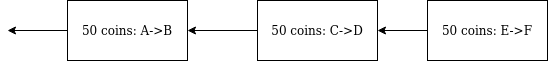
The draw.io diagram docs/chain_example.png in PaulsBecks/ConsensusLessBlockchain, before a commit. Source tidied: cells renumbered, new cells last; positions are measured from the earlier drawing's top-left corner, leaving out a move shared by most shapes. Its diagram source:
```xml
<mxGraphModel>
  <root>
    <mxCell id="0" />
    <mxCell id="1" parent="0" />
    <mxCell id="2" style="edgeStyle=orthogonalEdgeStyle;rounded=0;jettySize=auto;html=1;exitX=0;exitY=0.5;exitDx=0;exitDy=0;" parent="1" edge="1" source="3">
      <mxGeometry relative="1" as="geometry">
        <mxPoint y="30" as="targetPoint" />
      </mxGeometry>
    </mxCell>
    <mxCell id="3" value="50 coins: A-&amp;gt;B" style="rounded=0;whiteSpace=wrap;html=1;" parent="1" vertex="1">
      <mxGeometry x="60" width="120" height="60" as="geometry" />
    </mxCell>
    <mxCell id="4" style="edgeStyle=orthogonalEdgeStyle;rounded=0;jettySize=auto;html=1;exitX=0;exitY=0.5;exitDx=0;exitDy=0;" parent="1" edge="1" source="5" target="3">
      <mxGeometry relative="1" as="geometry" />
    </mxCell>
    <mxCell id="5" value="50 coins: C-&amp;gt;D" style="rounded=0;whiteSpace=wrap;html=1;" parent="1" vertex="1">
      <mxGeometry x="250" width="120" height="60" as="geometry" />
    </mxCell>
    <mxCell id="6" style="edgeStyle=orthogonalEdgeStyle;rounded=0;jettySize=auto;html=1;exitX=0;exitY=0.5;exitDx=0;exitDy=0;" parent="1" edge="1" source="7" target="5">
      <mxGeometry relative="1" as="geometry" />
    </mxCell>
    <mxCell id="7" value="50 coins: E-&amp;gt;F" style="rounded=0;whiteSpace=wrap;html=1;" parent="1" vertex="1">
      <mxGeometry x="420" width="120" height="60" as="geometry" />
    </mxCell>
  </root>
</mxGraphModel>
```
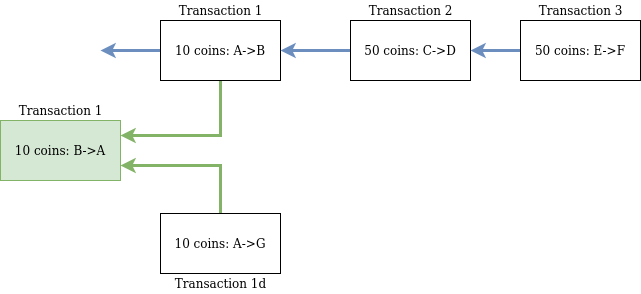
The same diagram one commit later.

Commit message:
added new chain example image

Change to the diagram source:
```diff
@@ -2,25 +2,52 @@
   <root>
     <mxCell id="0" />
     <mxCell id="1" parent="0" />
-    <mxCell id="2" style="edgeStyle=orthogonalEdgeStyle;rounded=0;jettySize=auto;html=1;exitX=0;exitY=0.5;exitDx=0;exitDy=0;" parent="1" edge="1" source="3">
+    <mxCell id="2" style="edgeStyle=orthogonalEdgeStyle;rounded=0;jettySize=auto;html=1;exitX=0;exitY=0.5;exitDx=0;exitDy=0;fillColor=#dae8fc;strokeColor=#6c8ebf;strokeWidth=3;" parent="1" edge="1" source="3">
       <mxGeometry relative="1" as="geometry">
         <mxPoint y="30" as="targetPoint" />
       </mxGeometry>
     </mxCell>
+    <mxCell id="8" style="edgeStyle=orthogonalEdgeStyle;rounded=0;jettySize=auto;html=1;exitX=0.5;exitY=1;exitDx=0;exitDy=0;entryX=1;entryY=0.25;entryDx=0;entryDy=0;fillColor=#d5e8d4;strokeColor=#82b366;strokeWidth=3;" parent="1" edge="1" source="3" target="12">
+      <mxGeometry relative="1" as="geometry" />
+    </mxCell>
-    <mxCell id="3" value="50 coins: A-&amp;gt;B" style="rounded=0;whiteSpace=wrap;html=1;" parent="1" vertex="1">
+    <mxCell id="3" value="10 coins: A-&amp;gt;B" style="rounded=0;whiteSpace=wrap;html=1;" parent="1" vertex="1">
       <mxGeometry x="60" width="120" height="60" as="geometry" />
     </mxCell>
-    <mxCell id="4" style="edgeStyle=orthogonalEdgeStyle;rounded=0;jettySize=auto;html=1;exitX=0;exitY=0.5;exitDx=0;exitDy=0;" parent="1" edge="1" source="5" target="3">
+    <mxCell id="4" style="edgeStyle=orthogonalEdgeStyle;rounded=0;jettySize=auto;html=1;exitX=0;exitY=0.5;exitDx=0;exitDy=0;fillColor=#dae8fc;strokeColor=#6c8ebf;strokeWidth=3;" parent="1" edge="1" source="5" target="3">
       <mxGeometry relative="1" as="geometry" />
     </mxCell>
     <mxCell id="5" value="50 coins: C-&amp;gt;D" style="rounded=0;whiteSpace=wrap;html=1;" parent="1" vertex="1">
       <mxGeometry x="250" width="120" height="60" as="geometry" />
     </mxCell>
-    <mxCell id="6" style="edgeStyle=orthogonalEdgeStyle;rounded=0;jettySize=auto;html=1;exitX=0;exitY=0.5;exitDx=0;exitDy=0;" parent="1" edge="1" source="7" target="5">
+    <mxCell id="6" style="edgeStyle=orthogonalEdgeStyle;rounded=0;jettySize=auto;html=1;exitX=0;exitY=0.5;exitDx=0;exitDy=0;fillColor=#dae8fc;strokeColor=#6c8ebf;strokeWidth=3;" parent="1" edge="1" source="7" target="5">
       <mxGeometry relative="1" as="geometry" />
     </mxCell>
     <mxCell id="7" value="50 coins: E-&amp;gt;F" style="rounded=0;whiteSpace=wrap;html=1;" parent="1" vertex="1">
       <mxGeometry x="420" width="120" height="60" as="geometry" />
     </mxCell>
+    <mxCell id="9" value="Transaction 1" style="text;html=1;align=center;verticalAlign=middle;" parent="1" vertex="1">
+      <mxGeometry x="70" y="-20" width="100" height="20" as="geometry" />
+    </mxCell>
+    <mxCell id="10" value="Transaction 2" style="text;html=1;align=center;verticalAlign=middle;" parent="1" vertex="1">
+      <mxGeometry x="260" y="-20" width="100" height="20" as="geometry" />
+    </mxCell>
+    <mxCell id="11" value="Transaction 3" style="text;html=1;align=center;verticalAlign=middle;" parent="1" vertex="1">
+      <mxGeometry x="430" y="-20" width="100" height="20" as="geometry" />
+    </mxCell>
+    <mxCell id="12" value="10 coins: B-&amp;gt;A" style="rounded=0;whiteSpace=wrap;html=1;fillColor=#d5e8d4;strokeColor=#82b366;" parent="1" vertex="1">
+      <mxGeometry x="-100" y="100" width="120" height="60" as="geometry" />
+    </mxCell>
+    <mxCell id="13" style="edgeStyle=orthogonalEdgeStyle;rounded=0;jettySize=auto;html=1;exitX=0.5;exitY=0;exitDx=0;exitDy=0;entryX=1;entryY=0.75;entryDx=0;entryDy=0;strokeColor=#82b366;strokeWidth=3;fillColor=#d5e8d4;" parent="1" edge="1" source="14" target="12">
+      <mxGeometry relative="1" as="geometry" />
+    </mxCell>
+    <mxCell id="14" value="10 coins: A-&amp;gt;G" style="rounded=0;whiteSpace=wrap;html=1;" parent="1" vertex="1">
+      <mxGeometry x="60" y="193" width="120" height="60" as="geometry" />
+    </mxCell>
+    <mxCell id="15" value="Transaction 1" style="text;html=1;align=center;verticalAlign=middle;" parent="1" vertex="1">
+      <mxGeometry x="-90" y="80" width="100" height="20" as="geometry" />
+    </mxCell>
+    <mxCell id="16" value="&lt;div&gt;Transaction 1d&lt;/div&gt;" style="text;html=1;align=center;verticalAlign=middle;" parent="1" vertex="1">
+      <mxGeometry x="65" y="253" width="110" height="20" as="geometry" />
+    </mxCell>
   </root>
 </mxGraphModel>
```
